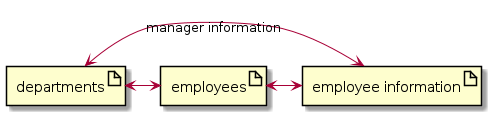
The PlantUML diagram images/sitemap.png in AnsgarNell/HR-Tool-Backend, before a commit.
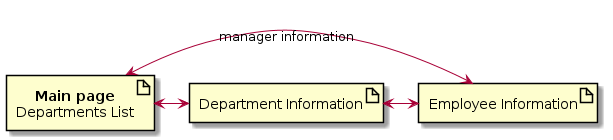
Later version of the same file.

Commit message:
Extended view information requirements description.

Change to the diagram source:
```diff
@@ -1,8 +1,9 @@
 @startuml
-artifact departments
-artifact employees
-artifact employee as "employee information"
-departments <-right-> employees
-employees <-right-> employee
+skinparam defaultTextAlignment center
+artifact "**Main page**\nDepartments List" as departments
+artifact "Department Information" as department
+artifact "Employee Information" as employee
+departments <-right-> department
+department <-right-> employee
 departments <-right-> employee : manager information
 @enduml
```
